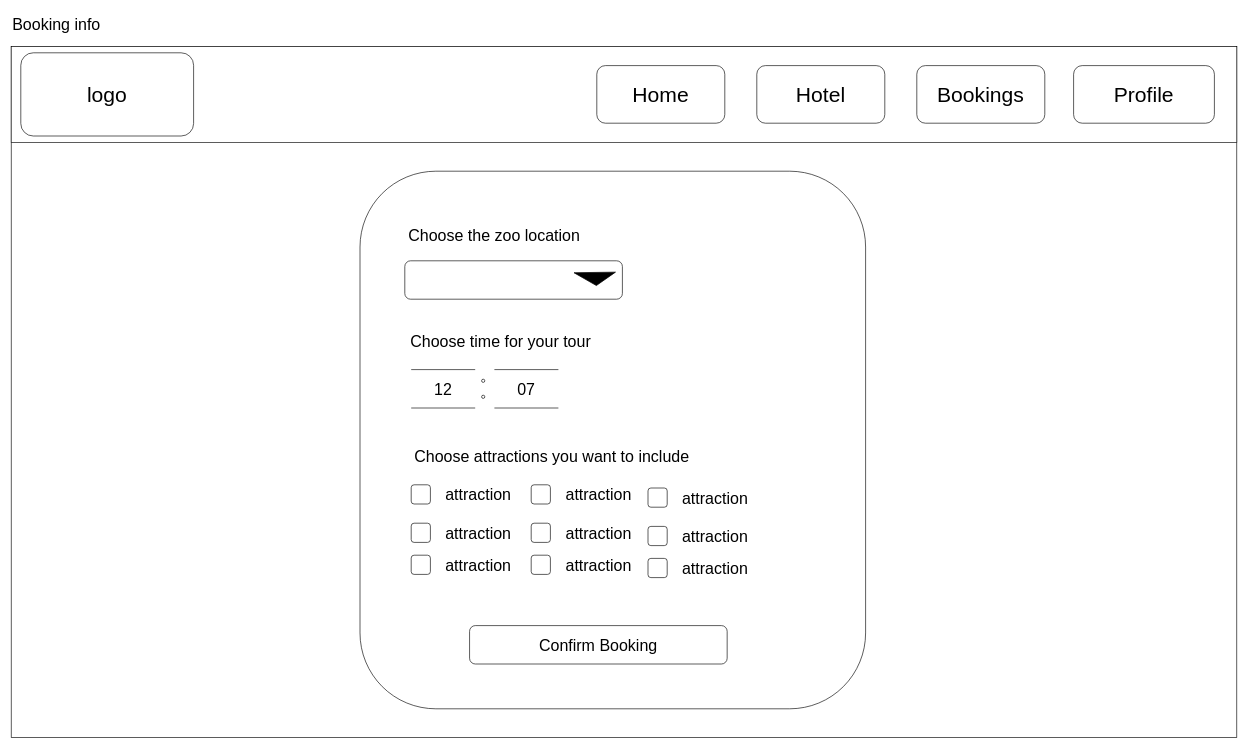
This is page "Bookings Info Page" (5 of 8) of Task_1/Untitled Diagram.drawio from VladislavPrisacaru/mock-zoo, a draw.io file, before an edit. Source tidied: cells renumbered, new cells numbered last; positions are measured from the earlier drawing's top-left corner, leaving out a move shared by most shapes. Both pictures are drawn from the tidied source at 64%, with x=0, y=0 at pixel (11, 11).
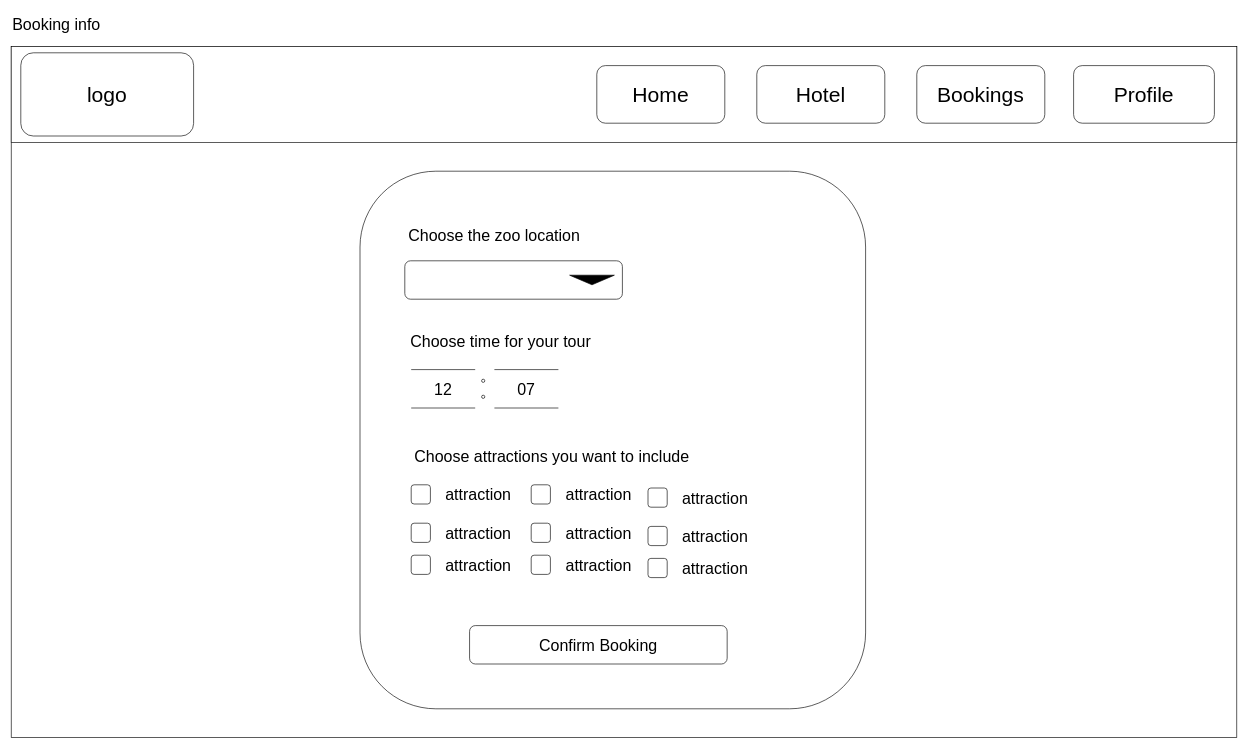
After the change.

What changed in the source:
```diff
@@
-    <mxCell id="12" style="verticalLabelPosition=bottom;verticalAlign=top;html=1;shape=mxgraph.basic.obtuse_triangle;dx=0.32;rotation=-35;fillColor=#000000;" parent="1" vertex="1">
-      <mxGeometry x="885" y="390" width="53.6" height="36.4" as="geometry" />
-    </mxCell>
@@
+    <mxCell id="41" style="triangle;whiteSpace=wrap;html=1;rotation=90;fillColor=#000000;" parent="1" vertex="1">
+      <mxGeometry x="900" y="385" width="15" height="70" as="geometry" />
+    </mxCell>
```
